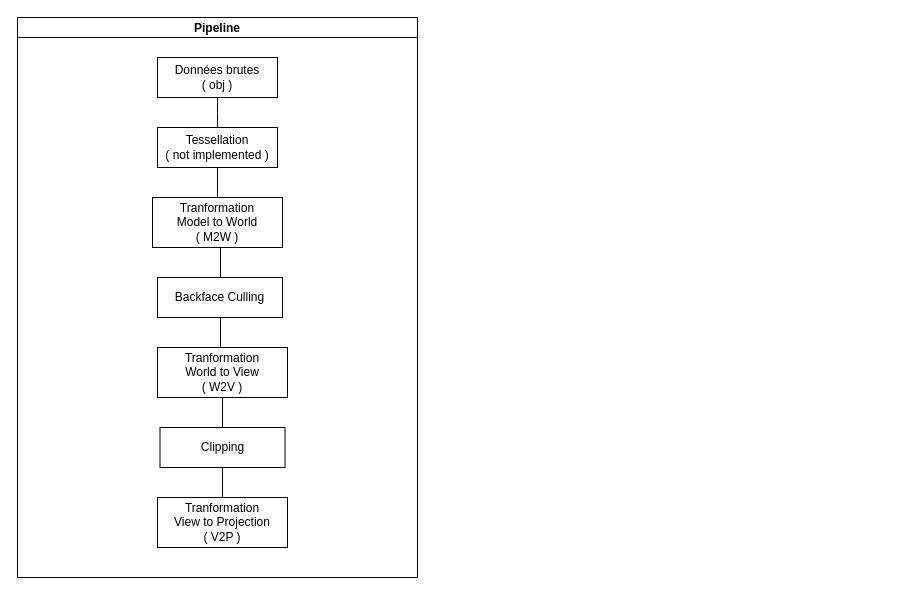
Earlier version of the draw.io diagram docs/Pipeline.drawio (MasterLaplace/Engine-3D). Source tidied: cells renumbered, new cells numbered last; positions are measured from the earlier drawing's top-left corner, leaving out a move shared by most shapes. Both pictures are drawn from the tidied source at 100%, with x=0, y=0 at pixel (17, 17).
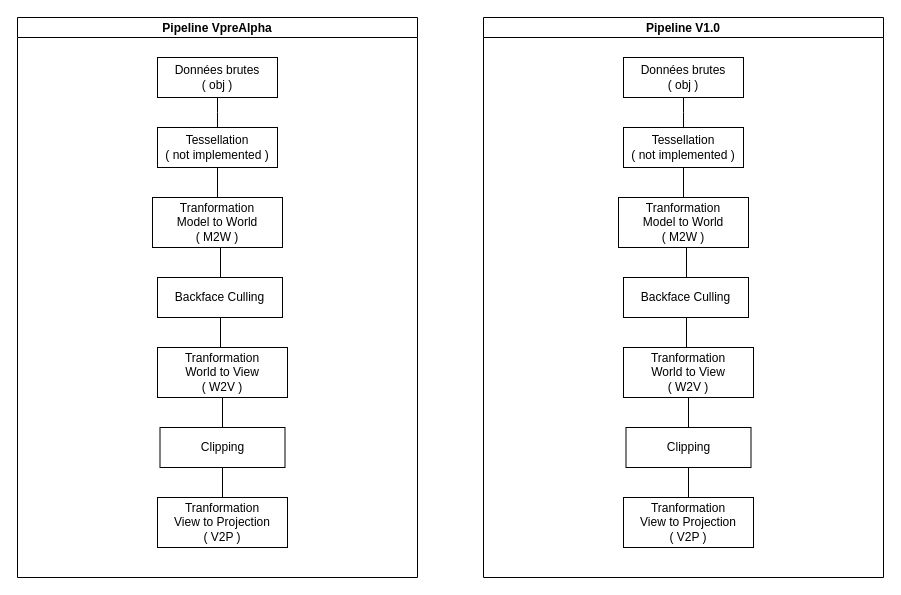
The same diagram, later.

Commit message (it also covers changes not shown here):
[Add] : add Pipeline and DEBUG def

Change to the diagram source:
```diff
@@
-    <mxCell id="2" value="Pipeline" style="swimlane;startSize=20;horizontal=1;containerType=tree;" parent="1" vertex="1">
+    <mxCell id="2" value="Pipeline VpreAlpha" style="swimlane;startSize=20;horizontal=1;containerType=tree;" parent="1" vertex="1">
       <mxGeometry width="400" height="560" as="geometry" />
     </mxCell>
@@
+    <mxCell id="16" value="Pipeline V1.0" style="swimlane;startSize=20;horizontal=1;containerType=tree;" parent="1" vertex="1">
+      <mxGeometry x="466" width="400" height="560" as="geometry" />
+    </mxCell>
+    <mxCell id="17" style="edgeStyle=elbowEdgeStyle;elbow=vertical;sourcePerimeterSpacing=0;targetPerimeterSpacing=0;startArrow=none;endArrow=none;rounded=0;curved=0;" parent="16" edge="1" source="18" target="20">
+      <mxGeometry relative="1" as="geometry" />
+    </mxCell>
+    <mxCell id="18" value="Données brutes&lt;br&gt;( obj )" style="whiteSpace=wrap;html=1;newEdgeStyle={&quot;edgeStyle&quot;:&quot;elbowEdgeStyle&quot;,&quot;startArrow&quot;:&quot;none&quot;,&quot;endArrow&quot;:&quot;none&quot;};" parent="16" vertex="1">
+      <mxGeometry x="140" y="40" width="120" height="40" as="geometry" />
+    </mxCell>
+    <mxCell id="19" style="edgeStyle=elbowEdgeStyle;html=1;startArrow=none;endArrow=none;" parent="16" edge="1" source="20" target="22">
+      <mxGeometry relative="1" as="geometry" />
+    </mxCell>
+    <mxCell id="20" value="Tessellation&lt;br&gt;( not implemented )" style="whiteSpace=wrap;html=1;newEdgeStyle={&quot;edgeStyle&quot;:&quot;elbowEdgeStyle&quot;,&quot;startArrow&quot;:&quot;none&quot;,&quot;endArrow&quot;:&quot;none&quot;};" parent="16" vertex="1">
+      <mxGeometry x="140" y="110" width="120" height="40" as="geometry" />
+    </mxCell>
+    <mxCell id="21" style="edgeStyle=elbowEdgeStyle;html=1;startArrow=none;endArrow=none;entryX=0.5;entryY=0;entryDx=0;entryDy=0;" parent="16" edge="1" source="22" target="24">
+      <mxGeometry relative="1" as="geometry" />
+    </mxCell>
+    <mxCell id="22" value="Tranformation&lt;br&gt;Model to World&lt;br&gt;( M2W )" style="whiteSpace=wrap;html=1;newEdgeStyle={&quot;edgeStyle&quot;:&quot;elbowEdgeStyle&quot;,&quot;startArrow&quot;:&quot;none&quot;,&quot;endArrow&quot;:&quot;none&quot;};" parent="16" vertex="1">
+      <mxGeometry x="135" y="180" width="130" height="50" as="geometry" />
+    </mxCell>
+    <mxCell id="23" style="edgeStyle=elbowEdgeStyle;html=1;startArrow=none;endArrow=none;" parent="16" edge="1" source="24" target="26">
+      <mxGeometry relative="1" as="geometry" />
+    </mxCell>
+    <mxCell id="24" value="Backface Culling" style="whiteSpace=wrap;html=1;newEdgeStyle={&quot;edgeStyle&quot;:&quot;elbowEdgeStyle&quot;,&quot;startArrow&quot;:&quot;none&quot;,&quot;endArrow&quot;:&quot;none&quot;};" parent="16" vertex="1">
+      <mxGeometry x="140" y="260" width="125" height="40" as="geometry" />
+    </mxCell>
+    <mxCell id="25" style="edgeStyle=elbowEdgeStyle;html=1;startArrow=none;endArrow=none;" parent="16" edge="1" source="26" target="28">
+      <mxGeometry relative="1" as="geometry" />
+    </mxCell>
+    <mxCell id="26" value="Tranformation&lt;br&gt;World to View&lt;br&gt;( W2V )" style="whiteSpace=wrap;html=1;newEdgeStyle={&quot;edgeStyle&quot;:&quot;elbowEdgeStyle&quot;,&quot;startArrow&quot;:&quot;none&quot;,&quot;endArrow&quot;:&quot;none&quot;};" parent="16" vertex="1">
+      <mxGeometry x="140" y="330" width="130" height="50" as="geometry" />
+    </mxCell>
+    <mxCell id="27" style="edgeStyle=elbowEdgeStyle;html=1;startArrow=none;endArrow=none;entryX=0.5;entryY=0;entryDx=0;entryDy=0;" parent="16" edge="1" source="28" target="29">
+      <mxGeometry relative="1" as="geometry" />
+    </mxCell>
+    <mxCell id="28" value="Clipping" style="whiteSpace=wrap;html=1;newEdgeStyle={&quot;edgeStyle&quot;:&quot;elbowEdgeStyle&quot;,&quot;startArrow&quot;:&quot;none&quot;,&quot;endArrow&quot;:&quot;none&quot;};" parent="16" vertex="1">
+      <mxGeometry x="142.5" y="410" width="125" height="40" as="geometry" />
+    </mxCell>
+    <mxCell id="29" value="Tranformation&lt;br&gt;View to Projection&lt;br&gt;( V2P )" style="whiteSpace=wrap;html=1;newEdgeStyle={&quot;edgeStyle&quot;:&quot;elbowEdgeStyle&quot;,&quot;startArrow&quot;:&quot;none&quot;,&quot;endArrow&quot;:&quot;none&quot;};" parent="16" vertex="1">
+      <mxGeometry x="140" y="480" width="130" height="50" as="geometry" />
+    </mxCell>
```
